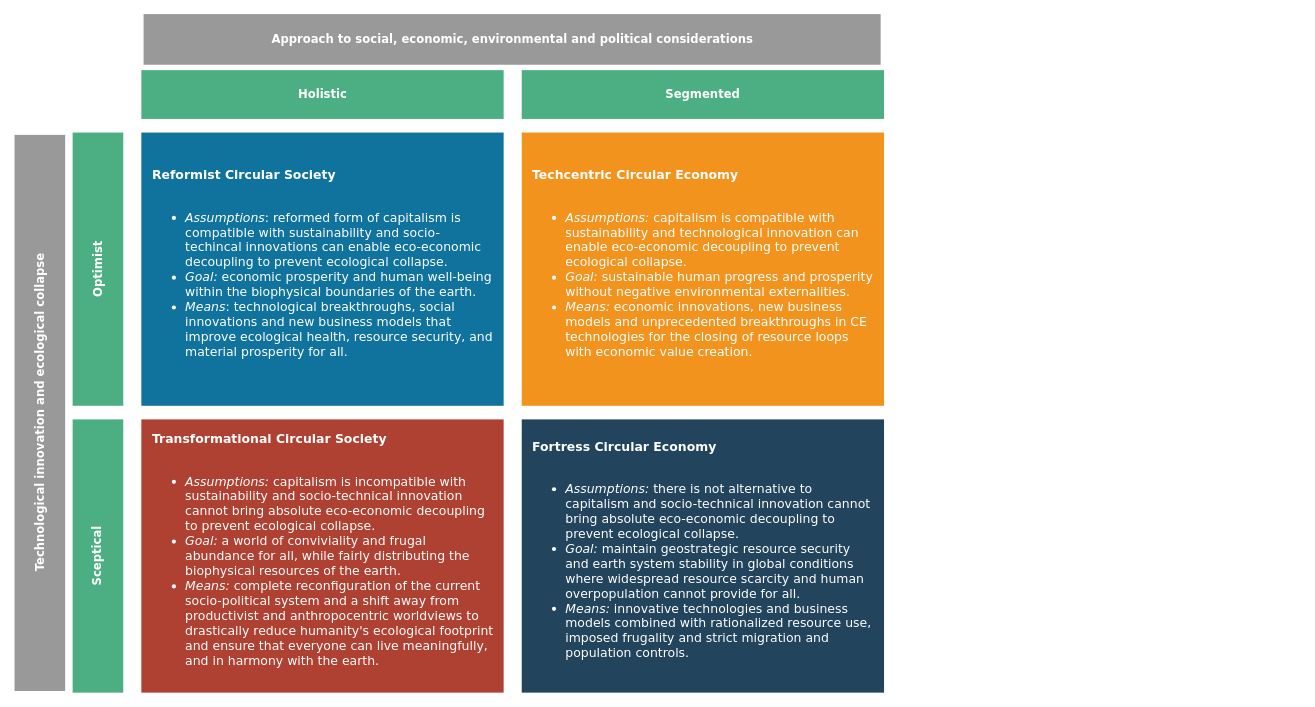
Before: The-Limits-to-Growth/figures/Circularity-discourse-typology.drawio in ETCE-LAB/teaching-material, a draw.io diagram. Source tidied: cells renumbered, new cells numbered last; positions are measured from the earlier drawing's top-left corner, leaving out a move shared by most shapes. Both pictures are drawn from the tidied source at 83%, with x=0, y=0 at pixel (14, -330).
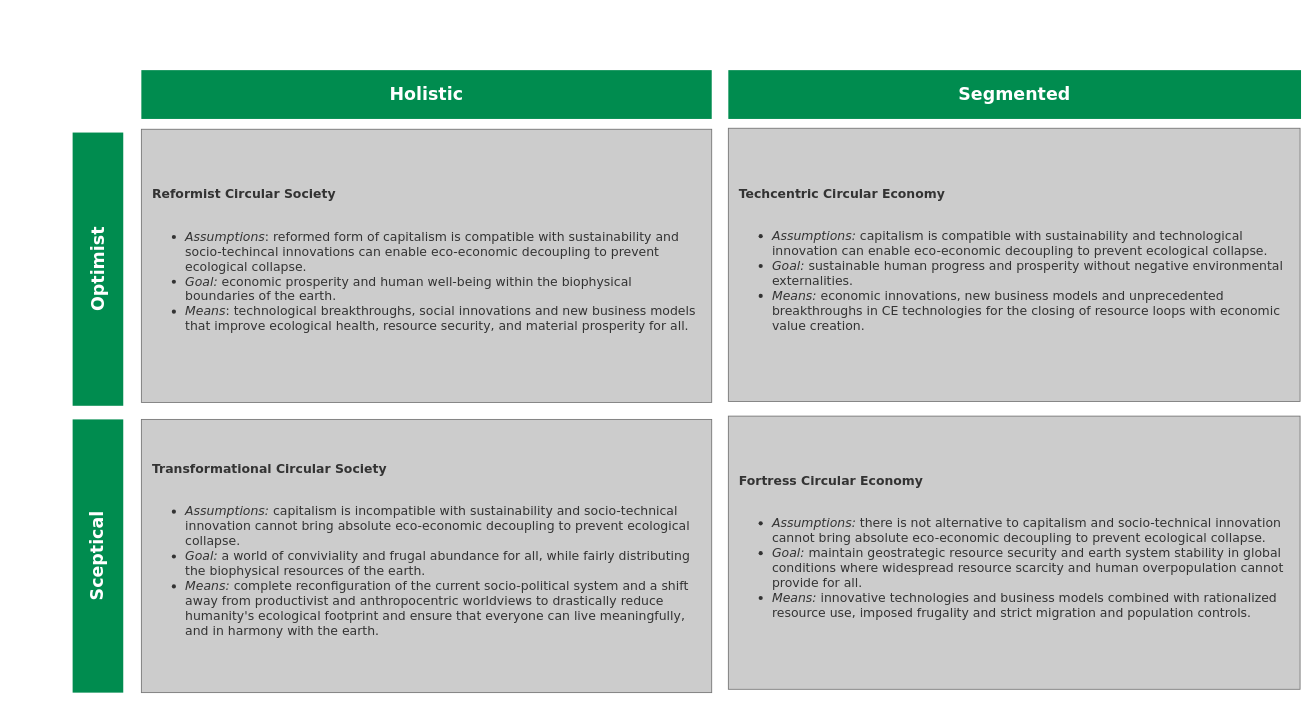
The same page after the edit.

Commit message (it also covers changes not shown here):
More figures for LTG-L08

What changed in the source:
```diff
@@
 <mxGraphModel>
   <root>
     <mxCell id="0" />
     <mxCell id="1" parent="0" />
     <mxCell id="2" style="group;fontFamily=Dejavu Sans;" parent="1" vertex="1">
-      <mxGeometry y="441" width="1047.6" height="790" as="geometry" />
+      <mxGeometry y="441" width="1550" height="790" as="geometry" />
     </mxCell>
-    <mxCell id="3" value="&lt;b style=&quot;font-size: 15px;&quot;&gt;Reformist Circular Society&lt;/b&gt;&lt;br style=&quot;font-size: 15px;&quot;&gt;&lt;br style=&quot;font-size: 15px;&quot;&gt;&lt;ul style=&quot;font-size: 15px;&quot;&gt;&lt;li style=&quot;font-size: 15px;&quot;&gt;&lt;i style=&quot;font-size: 15px;&quot;&gt;Assumptions&lt;/i&gt;: reformed form of capitalism is compatible with sustainability and socio-techincal innovations can enable eco-economic decoupling to prevent ecological collapse.&lt;/li&gt;&lt;li style=&quot;font-size: 15px;&quot;&gt;&lt;i style=&quot;font-size: 15px;&quot;&gt;Goal:&lt;/i&gt;&amp;nbsp;economic prosperity and human well-being within the biophysical boundaries of the earth.&lt;/li&gt;&lt;li style=&quot;font-size: 15px;&quot;&gt;&lt;i style=&quot;font-size: 15px;&quot;&gt;Means&lt;/i&gt;: technological breakthroughs, social innovations and new business models that improve ecological health, resource security, and material prosperity for all.&lt;/li&gt;&lt;/ul&gt;" style="html=1;fillColor=#10739E;strokeColor=none;shadow=0;fontSize=15;fontColor=#FFFFFF;align=left;fontStyle=0;whiteSpace=wrap;rounded=0;fontFamily=Dejavu Sans;perimeterSpacing=2;spacing=13;" parent="2" vertex="1">
-      <mxGeometry x="152.8" y="115.2" width="436.5" height="329.2" as="geometry" />
+    <mxCell id="3" value="&lt;b style=&quot;font-size: 15px;&quot;&gt;Reformist Circular Society&lt;/b&gt;&lt;br style=&quot;font-size: 15px;&quot;&gt;&lt;br style=&quot;font-size: 15px;&quot;&gt;&lt;ul style=&quot;font-size: 15px;&quot;&gt;&lt;li style=&quot;font-size: 15px;&quot;&gt;&lt;i style=&quot;font-size: 15px;&quot;&gt;Assumptions&lt;/i&gt;: reformed form of capitalism is compatible with sustainability and socio-techincal innovations can enable eco-economic decoupling to prevent ecological collapse.&lt;/li&gt;&lt;li style=&quot;font-size: 15px;&quot;&gt;&lt;i style=&quot;font-size: 15px;&quot;&gt;Goal:&lt;/i&gt;&amp;nbsp;economic prosperity and human well-being within the biophysical boundaries of the earth.&lt;/li&gt;&lt;li style=&quot;font-size: 15px;&quot;&gt;&lt;i style=&quot;font-size: 15px;&quot;&gt;Means&lt;/i&gt;: technological breakthroughs, social innovations and new business models that improve ecological health, resource security, and material prosperity for all.&lt;/li&gt;&lt;/ul&gt;" style="html=1;fillColor=#999999;strokeColor=#000000;shadow=0;fontSize=15;fontColor=#333333;align=left;fontStyle=0;whiteSpace=wrap;rounded=0;fontFamily=Dejavu Sans;opacity=50;spacing=13;" parent="2" vertex="1">
+      <mxGeometry x="152.8" y="111.2" width="687.2" height="329.2" as="geometry" />
     </mxCell>
-    <mxCell id="4" value="&lt;b style=&quot;font-size: 15px;&quot;&gt;Techcentric Circular Economy&lt;/b&gt;&lt;br style=&quot;font-size: 15px;&quot;&gt;&lt;br style=&quot;font-size: 15px;&quot;&gt;&lt;ul style=&quot;font-size: 15px;&quot;&gt;&lt;li style=&quot;font-size: 15px;&quot;&gt;&lt;i style=&quot;font-size: 15px;&quot;&gt;Assumptions:&lt;/i&gt;&amp;nbsp;capitalism is compatible with sustainability and technological innovation can enable eco-economic decoupling to prevent ecological collapse.&lt;/li&gt;&lt;li style=&quot;font-size: 15px;&quot;&gt;&lt;i style=&quot;font-size: 15px;&quot;&gt;Goal:&lt;/i&gt;&amp;nbsp;sustainable human progress and prosperity without negative environmental externalities.&lt;/li&gt;&lt;li style=&quot;font-size: 15px;&quot;&gt;&lt;i style=&quot;font-size: 15px;&quot;&gt;Means:&lt;/i&gt;&amp;nbsp;economic innovations, new business models and unprecedented breakthroughs in CE technologies for the closing of resource loops with economic value creation.&lt;/li&gt;&lt;/ul&gt;" style="html=1;fillColor=#F2931E;strokeColor=none;shadow=0;fontSize=15;fontColor=#FFFFFF;align=left;fontStyle=0;whiteSpace=wrap;rounded=0;fontFamily=Dejavu Sans;perimeterSpacing=2;spacing=13;" parent="2" vertex="1">
-      <mxGeometry x="611.1" y="115.2" width="436.5" height="329.2" as="geometry" />
-    </mxCell>
-    <mxCell id="5" value="&lt;b style=&quot;font-size: 15px;&quot;&gt;Transformational Circular Society&lt;/b&gt;&lt;br style=&quot;font-size: 15px;&quot;&gt;&lt;br style=&quot;font-size: 15px;&quot;&gt;&lt;ul style=&quot;font-size: 15px;&quot;&gt;&lt;li style=&quot;font-size: 15px;&quot;&gt;&lt;i style=&quot;font-size: 15px;&quot;&gt;Assumptions:&lt;/i&gt;&amp;nbsp;capitalism is incompatible with sustainability and socio-technical innovation cannot bring absolute eco-economic decoupling to prevent ecological collapse.&lt;/li&gt;&lt;li style=&quot;font-size: 15px;&quot;&gt;&lt;i style=&quot;font-size: 15px;&quot;&gt;Goal: &lt;/i&gt;a world of conviviality and frugal abundance for all, while fairly distributing the biophysical resources of the earth.&lt;/li&gt;&lt;li style=&quot;font-size: 15px;&quot;&gt;&lt;i style=&quot;background-color: initial; font-size: 15px;&quot;&gt;Means:&lt;/i&gt;&lt;span style=&quot;background-color: initial; font-size: 15px;&quot;&gt;&amp;nbsp;complete reconfiguration of the current socio-political system and a shift away from productivist and anthropocentric worldviews to drastically reduce humanity's ecological footprint and ensure that everyone can live meaningfully, and in harmony with the earth.&lt;/span&gt;&lt;br style=&quot;font-size: 15px;&quot;&gt;&lt;/li&gt;&lt;/ul&gt;" style="html=1;fillColor=#AE4132;strokeColor=none;shadow=0;fontSize=15;fontColor=#FFFFFF;align=left;fontStyle=0;whiteSpace=wrap;rounded=0;fontFamily=Dejavu Sans;perimeterSpacing=2;spacing=13;" parent="2" vertex="1">
-      <mxGeometry x="152.8" y="460.8" width="436.5" height="329.2" as="geometry" />
+    <mxCell id="5" value="&lt;b style=&quot;font-size: 15px;&quot;&gt;Transformational Circular Society&lt;/b&gt;&lt;br style=&quot;font-size: 15px;&quot;&gt;&lt;br style=&quot;font-size: 15px;&quot;&gt;&lt;ul style=&quot;font-size: 15px;&quot;&gt;&lt;li style=&quot;font-size: 15px;&quot;&gt;&lt;i style=&quot;font-size: 15px;&quot;&gt;Assumptions:&lt;/i&gt;&amp;nbsp;capitalism is incompatible with sustainability and socio-technical innovation cannot bring absolute eco-economic decoupling to prevent ecological collapse.&lt;/li&gt;&lt;li style=&quot;font-size: 15px;&quot;&gt;&lt;i style=&quot;font-size: 15px;&quot;&gt;Goal: &lt;/i&gt;a world of conviviality and frugal abundance for all, while fairly distributing the biophysical resources of the earth.&lt;/li&gt;&lt;li style=&quot;font-size: 15px;&quot;&gt;&lt;i style=&quot;background-color: initial; font-size: 15px;&quot;&gt;Means:&lt;/i&gt;&lt;span style=&quot;background-color: initial; font-size: 15px;&quot;&gt;&amp;nbsp;complete reconfiguration of the current socio-political system and a shift away from productivist and anthropocentric worldviews to drastically reduce humanity's ecological footprint and ensure that everyone can live meaningfully, and in harmony with the earth.&lt;/span&gt;&lt;br style=&quot;font-size: 15px;&quot;&gt;&lt;/li&gt;&lt;/ul&gt;" style="html=1;fillColor=#999999;strokeColor=#000000;shadow=0;fontSize=15;fontColor=#333333;align=left;fontStyle=0;whiteSpace=wrap;rounded=0;fontFamily=Dejavu Sans;opacity=50;spacing=13;" parent="2" vertex="1">
+      <mxGeometry x="152.8" y="460.8" width="687.2" height="329.2" as="geometry" />
     </mxCell>
-    <mxCell id="6" value="&lt;b style=&quot;font-size: 15px;&quot;&gt;Fortress Circular Economy&lt;/b&gt;&lt;br style=&quot;font-size: 15px;&quot;&gt;&lt;br style=&quot;font-size: 15px;&quot;&gt;&lt;ul style=&quot;font-size: 15px;&quot;&gt;&lt;li style=&quot;font-size: 15px;&quot;&gt;&lt;i style=&quot;font-size: 15px;&quot;&gt;Assumptions: &lt;/i&gt;there is not alternative to capitalism and socio-technical innovation cannot bring absolute eco-economic decoupling to prevent ecological collapse.&lt;/li&gt;&lt;li style=&quot;font-size: 15px;&quot;&gt;&lt;i style=&quot;font-size: 15px;&quot;&gt;Goal: &lt;/i&gt;maintain geostrategic resource security and earth system stability in global conditions where widespread resource scarcity and human overpopulation cannot provide for all.&lt;/li&gt;&lt;li style=&quot;font-size: 15px;&quot;&gt;&lt;i style=&quot;font-size: 15px;&quot;&gt;Means: &lt;/i&gt;innovative technologies and business models combined with rationalized resource use, imposed frugality and strict migration and population controls.&lt;/li&gt;&lt;/ul&gt;" style="html=1;fillColor=#23445D;strokeColor=none;shadow=0;fontSize=15;fontColor=#FFFFFF;align=left;fontStyle=0;whiteSpace=wrap;rounded=0;fontFamily=Dejavu Sans;perimeterSpacing=2;spacing=13;" parent="2" vertex="1">
-      <mxGeometry x="611.1" y="460.8" width="436.5" height="329.2" as="geometry" />
-    </mxCell>
-    <mxCell id="7" value="Optimist" style="html=1;fillColor=#008C4F;strokeColor=none;shadow=0;fontSize=14;fontColor=#FFFFFF;align=center;fontStyle=1;whiteSpace=wrap;horizontal=0;rounded=0;fontFamily=Dejavu Sans;opacity=70;" parent="2" vertex="1">
+    <mxCell id="7" value="Optimist" style="html=1;fillColor=#008C4F;strokeColor=none;shadow=0;fontSize=21;fontColor=#FFFFFF;align=center;fontStyle=1;whiteSpace=wrap;horizontal=0;rounded=0;fontFamily=Dejavu Sans;" parent="2" vertex="1">
       <mxGeometry x="70" y="115.2" width="61" height="329.2" as="geometry" />
     </mxCell>
-    <mxCell id="8" value="Sceptical" style="html=1;fillColor=#008C4F;strokeColor=none;shadow=0;fontSize=14;fontColor=#FFFFFF;align=center;fontStyle=1;whiteSpace=wrap;horizontal=0;rounded=0;fontFamily=Dejavu Sans;opacity=70;" parent="2" vertex="1">
+    <mxCell id="8" value="Sceptical" style="html=1;fillColor=#008C4F;strokeColor=none;shadow=0;fontSize=21;fontColor=#FFFFFF;align=center;fontStyle=1;whiteSpace=wrap;horizontal=0;rounded=0;fontFamily=Dejavu Sans;" parent="2" vertex="1">
       <mxGeometry x="70" y="460.8" width="61" height="329.2" as="geometry" />
     </mxCell>
-    <mxCell id="9" value="Holistic" style="html=1;fillColor=#008C4F;strokeColor=none;shadow=0;fontSize=14;fontColor=#FFFFFF;align=center;fontStyle=1;whiteSpace=wrap;rounded=0;fontFamily=Dejavu Sans;opacity=70;" parent="2" vertex="1">
-      <mxGeometry x="152.8" y="40" width="436.5" height="58.8" as="geometry" />
+    <mxCell id="9" value="Holistic" style="html=1;fillColor=#008C4F;strokeColor=none;shadow=0;fontSize=21;fontColor=#FFFFFF;align=center;fontStyle=1;whiteSpace=wrap;rounded=0;fontFamily=Dejavu Sans;" parent="2" vertex="1">
+      <mxGeometry x="152.8" y="40" width="687.2" height="58.8" as="geometry" />
     </mxCell>
-    <mxCell id="10" value="Segmented" style="html=1;fillColor=#008C4F;strokeColor=none;shadow=0;fontSize=14;fontColor=#FFFFFF;align=center;fontStyle=1;whiteSpace=wrap;rounded=0;fontFamily=Dejavu Sans;opacity=70;" parent="2" vertex="1">
-      <mxGeometry x="611.1" y="40" width="436.5" height="58.8" as="geometry" />
+    <mxCell id="10" value="Segmented" style="html=1;fillColor=#008C4F;strokeColor=none;shadow=0;fontSize=21;fontColor=#FFFFFF;align=center;fontStyle=1;whiteSpace=wrap;rounded=0;fontFamily=Dejavu Sans;" parent="2" vertex="1">
+      <mxGeometry x="860" y="40" width="690" height="58.8" as="geometry" />
     </mxCell>
-    <mxCell id="11" value="Technological innovation and ecological collapse" style="html=1;fillColor=#999999;strokeColor=none;shadow=0;fontSize=14;fontColor=#FFFFFF;align=center;fontStyle=1;whiteSpace=wrap;horizontal=0;rounded=0;fontFamily=Dejavu Sans;" parent="1" vertex="1">
-      <mxGeometry y="559" width="61" height="670" as="geometry" />
-    </mxCell>
-    <mxCell id="12" value="Approach to social, economic, environmental and political considerations" style="html=1;fillColor=#999999;strokeColor=none;shadow=0;fontSize=14;fontColor=#FFFFFF;align=center;fontStyle=1;whiteSpace=wrap;horizontal=0;rounded=0;fontFamily=Dejavu Sans;rotation=90;" parent="1" vertex="1">
-      <mxGeometry x="569" width="61" height="888" as="geometry" />
-    </mxCell>
+    <mxCell id="4" value="&lt;b style=&quot;font-size: 15px;&quot;&gt;Techcentric Circular Economy&lt;/b&gt;&lt;br style=&quot;font-size: 15px;&quot;&gt;&lt;br style=&quot;font-size: 15px;&quot;&gt;&lt;ul style=&quot;font-size: 15px;&quot;&gt;&lt;li style=&quot;font-size: 15px;&quot;&gt;&lt;i style=&quot;font-size: 15px;&quot;&gt;Assumptions:&lt;/i&gt;&amp;nbsp;capitalism is compatible with sustainability and technological innovation can enable eco-economic decoupling to prevent ecological collapse.&lt;/li&gt;&lt;li style=&quot;font-size: 15px;&quot;&gt;&lt;i style=&quot;font-size: 15px;&quot;&gt;Goal:&lt;/i&gt;&amp;nbsp;sustainable human progress and prosperity without negative environmental externalities.&lt;/li&gt;&lt;li style=&quot;font-size: 15px;&quot;&gt;&lt;i style=&quot;font-size: 15px;&quot;&gt;Means:&lt;/i&gt;&amp;nbsp;economic innovations, new business models and unprecedented breakthroughs in CE technologies for the closing of resource loops with economic value creation.&lt;/li&gt;&lt;/ul&gt;" style="html=1;fillColor=#999999;strokeColor=#000000;shadow=0;fontSize=15;fontColor=#333333;align=left;fontStyle=0;whiteSpace=wrap;rounded=0;fontFamily=Dejavu Sans;opacity=50;spacing=13;" parent="2" vertex="1">
+      <mxGeometry x="860" y="110" width="688.9" height="329.2" as="geometry" />
+    </mxCell>
+    <mxCell id="6" value="&lt;b style=&quot;font-size: 15px;&quot;&gt;Fortress Circular Economy&lt;/b&gt;&lt;br style=&quot;font-size: 15px;&quot;&gt;&lt;br style=&quot;font-size: 15px;&quot;&gt;&lt;ul style=&quot;font-size: 15px;&quot;&gt;&lt;li style=&quot;font-size: 15px;&quot;&gt;&lt;i style=&quot;font-size: 15px;&quot;&gt;Assumptions: &lt;/i&gt;there is not alternative to capitalism and socio-technical innovation cannot bring absolute eco-economic decoupling to prevent ecological collapse.&lt;/li&gt;&lt;li style=&quot;font-size: 15px;&quot;&gt;&lt;i style=&quot;font-size: 15px;&quot;&gt;Goal: &lt;/i&gt;maintain geostrategic resource security and earth system stability in global conditions where widespread resource scarcity and human overpopulation cannot provide for all.&lt;/li&gt;&lt;li style=&quot;font-size: 15px;&quot;&gt;&lt;i style=&quot;font-size: 15px;&quot;&gt;Means: &lt;/i&gt;innovative technologies and business models combined with rationalized resource use, imposed frugality and strict migration and population controls.&lt;/li&gt;&lt;/ul&gt;" style="html=1;fillColor=#999999;strokeColor=#000000;shadow=0;fontSize=15;fontColor=#333333;align=left;fontStyle=0;whiteSpace=wrap;rounded=0;fontFamily=Dejavu Sans;opacity=50;spacing=13;" parent="2" vertex="1">
+      <mxGeometry x="860" y="456.8" width="688.9" height="329.2" as="geometry" />
+    </mxCell>
   </root>
 </mxGraphModel>
```
